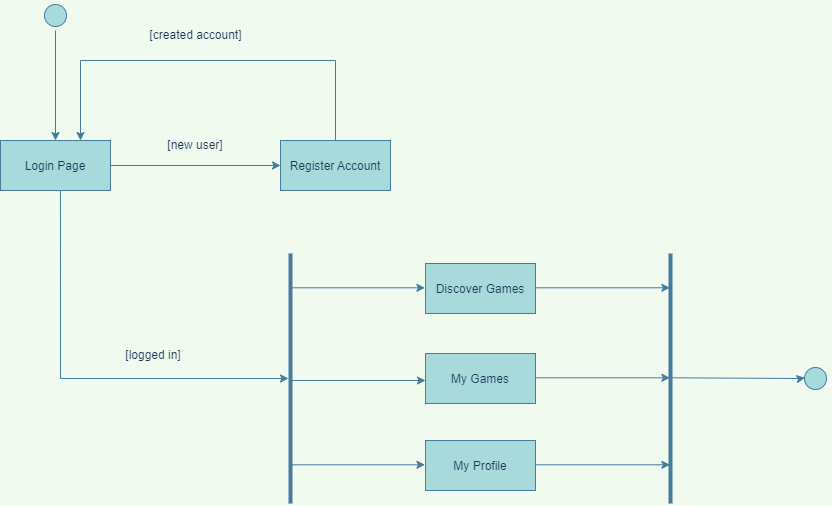
Above: ActivityDiagrams/UserStory1.png in software-students-fall2022/specification-exercise-team-15 (draw.io), before the change. Source tidied: cells renumbered, new cells last; positions are measured from the earlier drawing's top-left corner, leaving out a move shared by most shapes. Its diagram source:
```xml
<mxGraphModel background="#F1FAEE">
  <root>
    <mxCell id="0" />
    <mxCell id="1" parent="0" />
    <mxCell id="2" value="Login Page" style="labelPosition=center;verticalLabelPosition=middle;align=center;verticalAlign=middle;fillColor=#A8DADC;strokeColor=#457B9D;fontColor=#1D3557;" parent="1" vertex="1">
      <mxGeometry y="140" width="110" height="50" as="geometry" />
    </mxCell>
    <mxCell id="3" style="ellipse;shape=startState;fillColor=#A8DADC;strokeColor=#457B9D;direction=east;fontColor=#1D3557;" parent="1" vertex="1">
      <mxGeometry x="40" width="30" height="30" as="geometry" />
    </mxCell>
    <mxCell id="4" value="Discover Games" style="fillColor=#A8DADC;strokeColor=#457B9D;fontColor=#1D3557;" parent="1" vertex="1">
      <mxGeometry x="425" y="263" width="110" height="50" as="geometry" />
    </mxCell>
    <mxCell id="5" value="My Games" style="fillColor=#A8DADC;strokeColor=#457B9D;fontColor=#1D3557;" parent="1" vertex="1">
      <mxGeometry x="425" y="353" width="110" height="50" as="geometry" />
    </mxCell>
    <mxCell id="6" value="My Profile" style="fillColor=#A8DADC;strokeColor=#457B9D;fontColor=#1D3557;" parent="1" vertex="1">
      <mxGeometry x="425" y="440" width="110" height="50" as="geometry" />
    </mxCell>
    <mxCell id="7" value="Register Account" style="fillColor=#A8DADC;strokeColor=#457B9D;fontColor=#1D3557;" parent="1" vertex="1">
      <mxGeometry x="280" y="140" width="110" height="50" as="geometry" />
    </mxCell>
    <mxCell id="8" style="endArrow=classic;html=1;rounded=0;fontSize=12;labelBackgroundColor=#F1FAEE;strokeColor=#457B9D;fontColor=#1D3557;" parent="1" edge="1">
      <mxGeometry relative="1" as="geometry">
        <mxPoint x="335" y="140" as="sourcePoint" />
        <mxPoint x="80" y="140" as="targetPoint" />
        <Array as="points">
          <mxPoint x="335" y="60" />
          <mxPoint x="80" y="60" />
        </Array>
      </mxGeometry>
    </mxCell>
    <mxCell id="9" value="[created account]" style="text;html=1;strokeColor=none;fillColor=none;align=center;verticalAlign=middle;whiteSpace=wrap;rounded=0;fontSize=12;fontColor=#1D3557;" parent="1" vertex="1">
      <mxGeometry x="122.5" y="20" width="145" height="30" as="geometry" />
    </mxCell>
    <mxCell id="10" style="endArrow=classic;html=1;rounded=0;fontSize=12;labelBackgroundColor=#F1FAEE;strokeColor=#457B9D;fontColor=#1D3557;" parent="1" edge="1">
      <mxGeometry relative="1" as="geometry">
        <mxPoint x="110" y="165" as="sourcePoint" />
        <mxPoint x="280" y="165" as="targetPoint" />
      </mxGeometry>
    </mxCell>
    <mxCell id="11" value="[new user]" style="text;html=1;strokeColor=none;fillColor=none;align=center;verticalAlign=middle;whiteSpace=wrap;rounded=0;fontSize=12;fontColor=#1D3557;" parent="1" vertex="1">
      <mxGeometry x="165" y="130" width="60" height="30" as="geometry" />
    </mxCell>
    <mxCell id="12" style="endArrow=classic;html=1;rounded=0;fontSize=12;exitX=0.5;exitY=1;exitDx=0;exitDy=0;labelBackgroundColor=#F1FAEE;strokeColor=#457B9D;fontColor=#1D3557;" parent="1" edge="1" source="3">
      <mxGeometry relative="1" as="geometry">
        <mxPoint x="55" y="140" as="targetPoint" />
      </mxGeometry>
    </mxCell>
    <mxCell id="13" style="line;strokeWidth=4;direction=south;html=1;perimeter=backbonePerimeter;points=[];outlineConnect=0;labelBackgroundColor=#F1FAEE;fontSize=12;fillColor=#A8DADC;strokeColor=#457B9D;fontColor=#1D3557;" parent="1" vertex="1">
      <mxGeometry x="260" y="253" width="60" height="250" as="geometry" />
    </mxCell>
    <mxCell id="14" style="endArrow=classic;html=1;rounded=0;labelBackgroundColor=#F1FAEE;labelBorderColor=default;fontSize=12;exitX=0.545;exitY=1;exitDx=0;exitDy=0;exitPerimeter=0;strokeColor=#457B9D;fontColor=#1D3557;" parent="1" edge="1" source="2" target="13">
      <mxGeometry relative="1" as="geometry">
        <Array as="points">
          <mxPoint x="60" y="378" />
        </Array>
      </mxGeometry>
    </mxCell>
    <mxCell id="15" value="[logged in]" style="text;html=1;strokeColor=none;fillColor=none;align=center;verticalAlign=middle;whiteSpace=wrap;rounded=0;labelBackgroundColor=none;fontSize=12;fontColor=#1D3557;" parent="1" vertex="1">
      <mxGeometry x="122.5" y="340" width="60" height="30" as="geometry" />
    </mxCell>
    <mxCell id="16" style="endArrow=classic;html=1;rounded=0;labelBackgroundColor=#F1FAEE;labelBorderColor=default;fontSize=12;strokeColor=#457B9D;fontColor=#1D3557;" parent="1" edge="1" source="13">
      <mxGeometry relative="1" as="geometry">
        <mxPoint x="425" y="380" as="targetPoint" />
      </mxGeometry>
    </mxCell>
    <mxCell id="17" style="endArrow=classic;html=1;rounded=0;labelBackgroundColor=#F1FAEE;labelBorderColor=default;fontSize=12;strokeColor=#457B9D;fontColor=#1D3557;" parent="1" edge="1">
      <mxGeometry relative="1" as="geometry">
        <mxPoint x="290" y="464.3" as="sourcePoint" />
        <mxPoint x="424.4" y="464.3" as="targetPoint" />
      </mxGeometry>
    </mxCell>
    <mxCell id="18" style="endArrow=classic;html=1;rounded=0;labelBackgroundColor=#F1FAEE;labelBorderColor=default;fontSize=12;strokeColor=#457B9D;fontColor=#1D3557;" parent="1" edge="1">
      <mxGeometry relative="1" as="geometry">
        <mxPoint x="290" y="287.3" as="sourcePoint" />
        <mxPoint x="424.4" y="287.3" as="targetPoint" />
      </mxGeometry>
    </mxCell>
    <mxCell id="19" style="endArrow=classic;html=1;rounded=0;labelBackgroundColor=#F1FAEE;labelBorderColor=default;fontSize=12;strokeColor=#457B9D;fontColor=#1D3557;" parent="1" edge="1">
      <mxGeometry relative="1" as="geometry">
        <mxPoint x="535" y="287.3" as="sourcePoint" />
        <mxPoint x="669.4" y="287.3" as="targetPoint" />
      </mxGeometry>
    </mxCell>
    <mxCell id="20" style="endArrow=classic;html=1;rounded=0;labelBackgroundColor=#F1FAEE;labelBorderColor=default;fontSize=12;strokeColor=#457B9D;fontColor=#1D3557;" parent="1" edge="1">
      <mxGeometry relative="1" as="geometry">
        <mxPoint x="535" y="377.3" as="sourcePoint" />
        <mxPoint x="669.4" y="377.3" as="targetPoint" />
      </mxGeometry>
    </mxCell>
    <mxCell id="21" style="endArrow=classic;html=1;rounded=0;labelBackgroundColor=#F1FAEE;labelBorderColor=default;fontSize=12;strokeColor=#457B9D;fontColor=#1D3557;" parent="1" edge="1">
      <mxGeometry relative="1" as="geometry">
        <mxPoint x="535" y="464.3" as="sourcePoint" />
        <mxPoint x="669.4" y="464.3" as="targetPoint" />
      </mxGeometry>
    </mxCell>
    <mxCell id="22" style="line;strokeWidth=4;direction=south;html=1;perimeter=backbonePerimeter;points=[];outlineConnect=0;labelBackgroundColor=#F1FAEE;fontSize=12;fillColor=#A8DADC;strokeColor=#457B9D;fontColor=#1D3557;" parent="1" vertex="1">
      <mxGeometry x="640" y="253" width="60" height="250" as="geometry" />
    </mxCell>
    <mxCell id="23" style="endArrow=classic;html=1;rounded=0;labelBackgroundColor=#F1FAEE;labelBorderColor=default;fontSize=12;startArrow=none;strokeColor=#457B9D;fontColor=#1D3557;" parent="1" edge="1" source="24">
      <mxGeometry relative="1" as="geometry">
        <mxPoint x="804.4" y="377.3" as="targetPoint" />
      </mxGeometry>
    </mxCell>
    <mxCell id="24" style="ellipse;shape=startState;fillColor=#A8DADC;strokeColor=#457B9D;direction=east;fontColor=#1D3557;" parent="1" vertex="1">
      <mxGeometry x="800" y="363" width="30" height="30" as="geometry" />
    </mxCell>
    <mxCell id="25" style="endArrow=none;html=1;rounded=0;labelBackgroundColor=#F1FAEE;labelBorderColor=default;fontSize=12;strokeColor=#457B9D;fontColor=#1D3557;" parent="1" edge="1" target="24">
      <mxGeometry relative="1" as="geometry">
        <mxPoint x="670" y="377.3" as="sourcePoint" />
      </mxGeometry>
    </mxCell>
  </root>
</mxGraphModel>
```
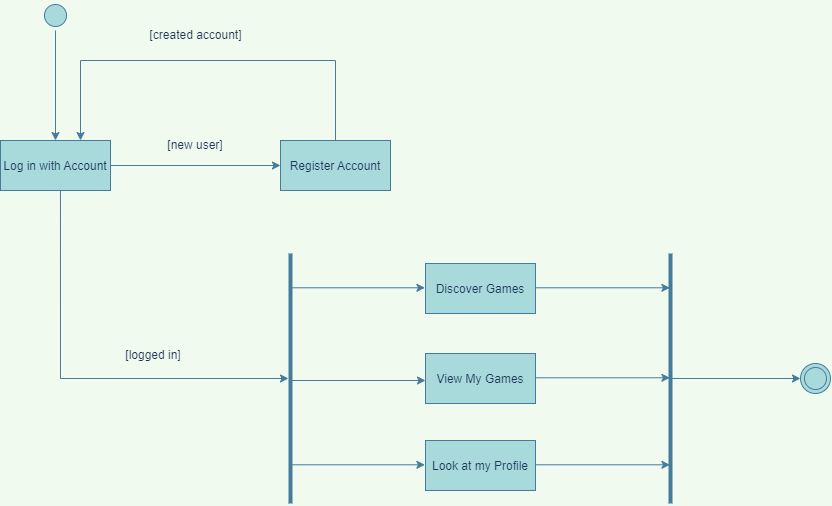
The same file after the commit.

Commit message:
Modified User Story 1 according to recommendations by team member

Diff of the diagram source:
```diff
@@ -2,7 +2,7 @@
   <root>
     <mxCell id="0" />
     <mxCell id="1" parent="0" />
-    <mxCell id="2" value="Login Page" style="labelPosition=center;verticalLabelPosition=middle;align=center;verticalAlign=middle;fillColor=#A8DADC;strokeColor=#457B9D;fontColor=#1D3557;" parent="1" vertex="1">
+    <mxCell id="2" value="Log in with Account" style="labelPosition=center;verticalLabelPosition=middle;align=center;verticalAlign=middle;fillColor=#A8DADC;strokeColor=#457B9D;fontColor=#1D3557;" parent="1" vertex="1">
       <mxGeometry y="140" width="110" height="50" as="geometry" />
     </mxCell>
     <mxCell id="3" style="ellipse;shape=startState;fillColor=#A8DADC;strokeColor=#457B9D;direction=east;fontColor=#1D3557;" parent="1" vertex="1">
@@ -11,10 +11,10 @@
     <mxCell id="4" value="Discover Games" style="fillColor=#A8DADC;strokeColor=#457B9D;fontColor=#1D3557;" parent="1" vertex="1">
       <mxGeometry x="425" y="263" width="110" height="50" as="geometry" />
     </mxCell>
-    <mxCell id="5" value="My Games" style="fillColor=#A8DADC;strokeColor=#457B9D;fontColor=#1D3557;" parent="1" vertex="1">
+    <mxCell id="5" value="View My Games" style="fillColor=#A8DADC;strokeColor=#457B9D;fontColor=#1D3557;" parent="1" vertex="1">
       <mxGeometry x="425" y="353" width="110" height="50" as="geometry" />
     </mxCell>
-    <mxCell id="6" value="My Profile" style="fillColor=#A8DADC;strokeColor=#457B9D;fontColor=#1D3557;" parent="1" vertex="1">
+    <mxCell id="6" value="Look at my Profile" style="fillColor=#A8DADC;strokeColor=#457B9D;fontColor=#1D3557;" parent="1" vertex="1">
       <mxGeometry x="425" y="440" width="110" height="50" as="geometry" />
     </mxCell>
     <mxCell id="7" value="Register Account" style="fillColor=#A8DADC;strokeColor=#457B9D;fontColor=#1D3557;" parent="1" vertex="1">
@@ -98,18 +98,11 @@
     <mxCell id="22" style="line;strokeWidth=4;direction=south;html=1;perimeter=backbonePerimeter;points=[];outlineConnect=0;labelBackgroundColor=#F1FAEE;fontSize=12;fillColor=#A8DADC;strokeColor=#457B9D;fontColor=#1D3557;" parent="1" vertex="1">
       <mxGeometry x="640" y="253" width="60" height="250" as="geometry" />
     </mxCell>
-    <mxCell id="23" style="endArrow=classic;html=1;rounded=0;labelBackgroundColor=#F1FAEE;labelBorderColor=default;fontSize=12;startArrow=none;strokeColor=#457B9D;fontColor=#1D3557;" parent="1" edge="1" source="24">
-      <mxGeometry relative="1" as="geometry">
-        <mxPoint x="804.4" y="377.3" as="targetPoint" />
-      </mxGeometry>
-    </mxCell>
-    <mxCell id="24" style="ellipse;shape=startState;fillColor=#A8DADC;strokeColor=#457B9D;direction=east;fontColor=#1D3557;" parent="1" vertex="1">
-      <mxGeometry x="800" y="363" width="30" height="30" as="geometry" />
-    </mxCell>
-    <mxCell id="25" style="endArrow=none;html=1;rounded=0;labelBackgroundColor=#F1FAEE;labelBorderColor=default;fontSize=12;strokeColor=#457B9D;fontColor=#1D3557;" parent="1" edge="1" target="24">
-      <mxGeometry relative="1" as="geometry">
-        <mxPoint x="670" y="377.3" as="sourcePoint" />
-      </mxGeometry>
-    </mxCell>
+    <mxCell id="26" style="ellipse;shape=doubleEllipse;whiteSpace=wrap;html=1;fillColor=#A8DADC;strokeColor=#457B9D;fontColor=#1D3557;" parent="1" vertex="1">
+      <mxGeometry x="800" y="363" width="30" height="30" as="geometry" />
+    </mxCell>
+    <mxCell id="27" style="endArrow=classic;html=1;rounded=0;strokeColor=#457B9D;fontColor=#1D3557;fillColor=#A8DADC;entryX=0;entryY=0.5;entryDx=0;entryDy=0;" parent="1" edge="1" source="22" target="26">
+      <mxGeometry relative="1" as="geometry" />
+    </mxCell>
   </root>
 </mxGraphModel>
```
